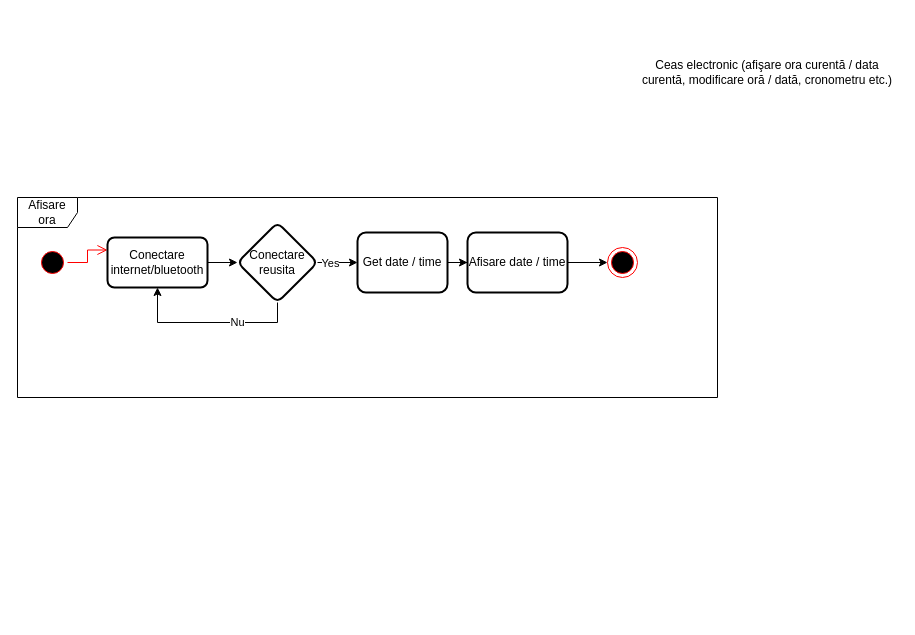
Before: Lab 4/Ceas electronic.drawio in Viezurelezob/Ingineria-programelor, a draw.io diagram. Source tidied: cells renumbered, new cells numbered last; positions are measured from the earlier drawing's top-left corner, leaving out a move shared by most shapes. Both pictures are drawn from the tidied source at 100%, with x=0, y=0 at pixel (17, 17).
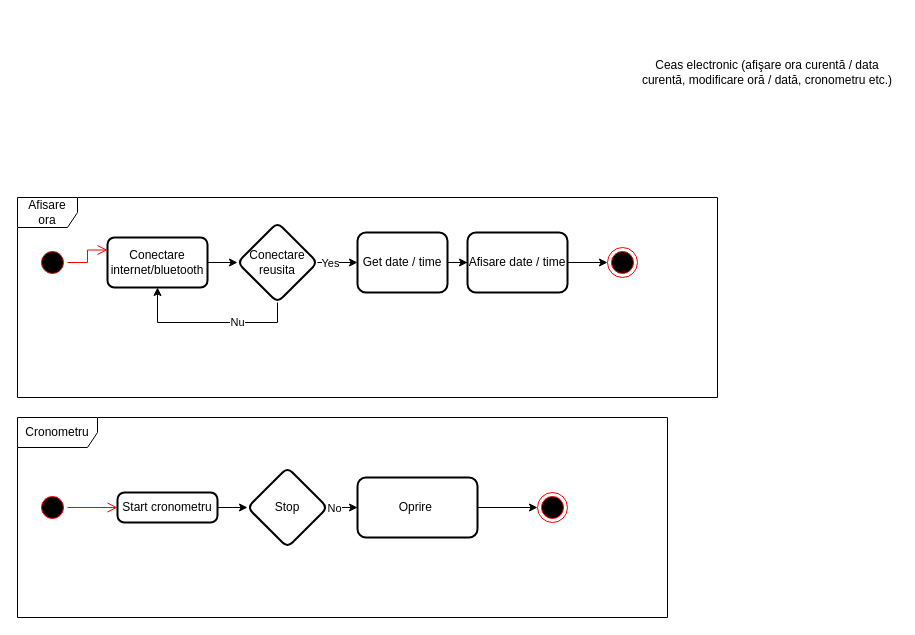
Above is the later version.

Change to the diagram source:
```diff
@@
+    <mxCell id="18" value="Cronometru" style="shape=umlFrame;whiteSpace=wrap;html=1;width=80;height=30;" parent="1" vertex="1">
+      <mxGeometry y="400" width="650" height="200" as="geometry" />
+    </mxCell>
+    <mxCell id="19" style="ellipse;html=1;shape=startState;fillColor=#000000;strokeColor=#ff0000;" parent="1" vertex="1">
+      <mxGeometry x="20" y="475" width="30" height="30" as="geometry" />
+    </mxCell>
+    <mxCell id="20" style="edgeStyle=orthogonalEdgeStyle;html=1;verticalAlign=bottom;endArrow=open;endSize=8;strokeColor=#ff0000;rounded=0;entryX=0;entryY=0.5;entryDx=0;entryDy=0;" parent="1" edge="1" source="19" target="22">
+      <mxGeometry relative="1" as="geometry" />
+    </mxCell>
+    <mxCell id="21" style="edgeStyle=orthogonalEdgeStyle;rounded=0;jettySize=auto;html=1;" parent="1" edge="1" source="22" target="25">
+      <mxGeometry relative="1" as="geometry" />
+    </mxCell>
+    <mxCell id="22" value="Start cronometru" style="rounded=1;whiteSpace=wrap;html=1;absoluteArcSize=1;arcSize=14;strokeWidth=2;" parent="1" vertex="1">
+      <mxGeometry x="100" y="475" width="100" height="30" as="geometry" />
+    </mxCell>
+    <mxCell id="23" style="edgeStyle=orthogonalEdgeStyle;rounded=0;jettySize=auto;html=1;" parent="1" edge="1" source="25" target="27">
+      <mxGeometry relative="1" as="geometry" />
+    </mxCell>
+    <mxCell id="24" value="No" style="edgeLabel;html=1;align=center;verticalAlign=middle;" parent="23" vertex="1">
+      <mxGeometry x="-0.75" relative="1" as="geometry" />
+    </mxCell>
+    <mxCell id="25" value="Stop" style="rhombus;whiteSpace=wrap;html=1;rounded=1;arcSize=14;strokeWidth=2;" parent="1" vertex="1">
+      <mxGeometry x="230" y="450" width="80" height="80" as="geometry" />
+    </mxCell>
+    <mxCell id="26" style="edgeStyle=orthogonalEdgeStyle;rounded=0;jettySize=auto;html=1;entryX=0;entryY=0.5;entryDx=0;entryDy=0;" parent="1" edge="1" source="27" target="28">
+      <mxGeometry relative="1" as="geometry" />
+    </mxCell>
+    <mxCell id="27" value="Oprire&amp;nbsp;" style="whiteSpace=wrap;html=1;rounded=1;arcSize=14;strokeWidth=2;" parent="1" vertex="1">
+      <mxGeometry x="340" y="460" width="120" height="60" as="geometry" />
+    </mxCell>
+    <mxCell id="28" style="ellipse;html=1;shape=endState;fillColor=#000000;strokeColor=#ff0000;" parent="1" vertex="1">
+      <mxGeometry x="520" y="475" width="30" height="30" as="geometry" />
+    </mxCell>
```
